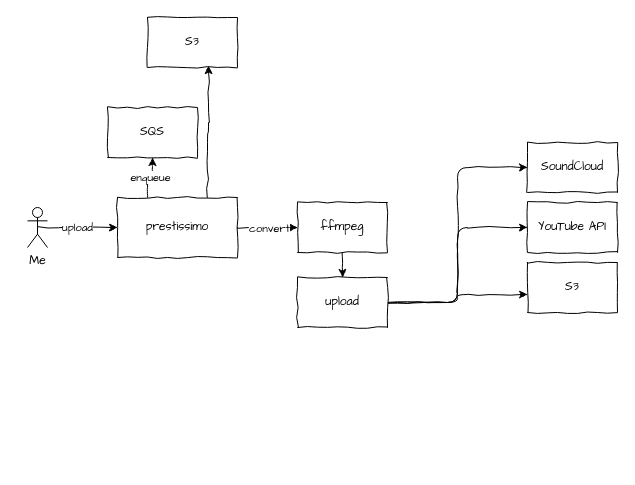
alexjpaz/prestissimo keeps this draw.io diagram as prestissimo.drawio. Above is the earlier version. Source tidied: cells renumbered, new cells numbered last; positions are measured from the earlier drawing's top-left corner, leaving out a move shared by most shapes. Both pictures are drawn from the tidied source at 100%, with x=0, y=0 at pixel (27, 17).
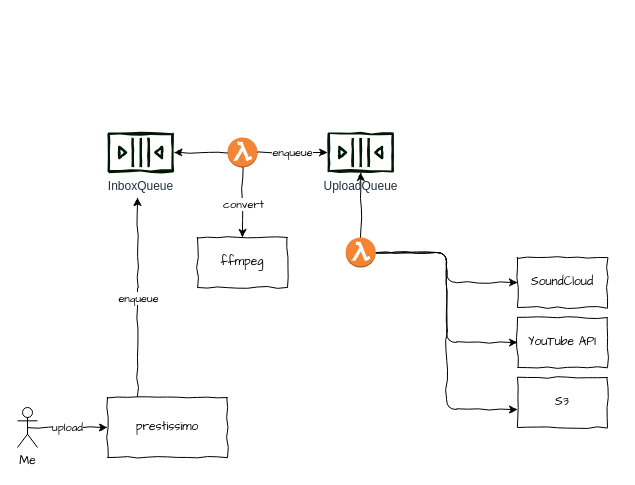
Above is the later version.

What changed in the source:
```diff
@@
     <mxCell id="3" value="Me" style="shape=umlActor;verticalLabelPosition=bottom;labelBackgroundColor=#ffffff;verticalAlign=top;html=1;outlineConnect=0;fontFamily=Comic Sans MS;" parent="1" vertex="1">
-      <mxGeometry y="190" width="20" height="40" as="geometry" />
+      <mxGeometry x="-10" y="390" width="20" height="40" as="geometry" />
     </mxCell>
-    <mxCell id="4" style="edgeStyle=orthogonalEdgeStyle;rounded=1;comic=1;jettySize=auto;html=1;exitX=0.75;exitY=0;exitDx=0;exitDy=0;entryX=0.678;entryY=0.96;entryDx=0;entryDy=0;entryPerimeter=0;fontFamily=Comic Sans MS;" parent="1" edge="1" source="8" target="12">
-      <mxGeometry relative="1" as="geometry" />
-    </mxCell>
-    <mxCell id="5" value="enqueue" style="edgeStyle=orthogonalEdgeStyle;rounded=1;comic=1;jettySize=auto;html=1;exitX=0.25;exitY=0;exitDx=0;exitDy=0;fontFamily=Comic Sans MS;" parent="1" edge="1" source="8" target="13">
-      <mxGeometry relative="1" as="geometry" />
+    <mxCell id="5" value="enqueue" style="edgeStyle=orthogonalEdgeStyle;rounded=1;comic=1;jettySize=auto;html=1;exitX=0.25;exitY=0;exitDx=0;exitDy=0;fontFamily=Comic Sans MS;" parent="1" edge="1" source="8">
+      <mxGeometry relative="1" as="geometry">
+        <mxPoint x="110" y="180" as="targetPoint" />
+      </mxGeometry>
     </mxCell>
-    <mxCell id="6" style="edgeStyle=orthogonalEdgeStyle;rounded=1;comic=1;jettySize=auto;html=1;exitX=1;exitY=0.5;exitDx=0;exitDy=0;entryX=0;entryY=0.5;entryDx=0;entryDy=0;fontFamily=Comic Sans MS;" parent="1" edge="1" source="8" target="15">
+    <mxCell id="6" style="edgeStyle=orthogonalEdgeStyle;rounded=1;comic=1;jettySize=auto;html=1;exitX=0.5;exitY=1;exitDx=0;exitDy=0;entryX=0.5;entryY=0;entryDx=0;entryDy=0;fontFamily=Comic Sans MS;exitPerimeter=0;" parent="1" edge="1" source="22" target="15">
       <mxGeometry relative="1" as="geometry" />
     </mxCell>
@@
     <mxCell id="8" value="prestissimo" style="rounded=0;whiteSpace=wrap;html=1;comic=1;fontFamily=Comic Sans MS;" parent="1" vertex="1">
-      <mxGeometry x="90" y="180" width="120" height="60" as="geometry" />
+      <mxGeometry x="80" y="380" width="120" height="60" as="geometry" />
     </mxCell>
     <mxCell id="9" value="YouTube API" style="rounded=0;whiteSpace=wrap;html=1;comic=1;fontFamily=Comic Sans MS;" parent="1" vertex="1">
-      <mxGeometry x="500" y="185" width="90" height="50" as="geometry" />
+      <mxGeometry x="490" y="300" width="90" height="50" as="geometry" />
     </mxCell>
     <mxCell id="10" value="SoundCloud" style="rounded=0;whiteSpace=wrap;html=1;comic=1;fontFamily=Comic Sans MS;" parent="1" vertex="1">
-      <mxGeometry x="500" y="125" width="90" height="50" as="geometry" />
+      <mxGeometry x="490" y="240" width="90" height="50" as="geometry" />
     </mxCell>
     <mxCell id="11" value="S3" style="rounded=0;whiteSpace=wrap;html=1;comic=1;fontFamily=Comic Sans MS;" parent="1" vertex="1">
-      <mxGeometry x="500" y="245" width="90" height="50" as="geometry" />
+      <mxGeometry x="490" y="360" width="90" height="50" as="geometry" />
     </mxCell>
-    <mxCell id="12" value="S3" style="rounded=0;whiteSpace=wrap;html=1;comic=1;fontFamily=Comic Sans MS;" parent="1" vertex="1">
-      <mxGeometry x="120" width="90" height="50" as="geometry" />
-    </mxCell>
-    <mxCell id="13" value="SQS" style="rounded=0;whiteSpace=wrap;html=1;comic=1;fontFamily=Comic Sans MS;" parent="1" vertex="1">
-      <mxGeometry x="80" y="90" width="90" height="50" as="geometry" />
-    </mxCell>
-    <mxCell id="14" style="edgeStyle=orthogonalEdgeStyle;rounded=1;comic=1;jettySize=auto;html=1;exitX=0.5;exitY=1;exitDx=0;exitDy=0;entryX=0.5;entryY=0;entryDx=0;entryDy=0;fontFamily=Comic Sans MS;" parent="1" edge="1" source="15" target="19">
-      <mxGeometry relative="1" as="geometry" />
-    </mxCell>
     <mxCell id="15" value="ffmpeg" style="rounded=0;whiteSpace=wrap;html=1;comic=1;fontFamily=Comic Sans MS;" parent="1" vertex="1">
-      <mxGeometry x="270" y="185" width="90" height="50" as="geometry" />
+      <mxGeometry x="170" y="220" width="90" height="50" as="geometry" />
     </mxCell>
-    <mxCell id="16" style="edgeStyle=orthogonalEdgeStyle;rounded=1;comic=1;jettySize=auto;html=1;exitX=1;exitY=0.5;exitDx=0;exitDy=0;entryX=0;entryY=0.5;entryDx=0;entryDy=0;fontFamily=Comic Sans MS;" parent="1" edge="1" source="19" target="10">
+    <mxCell id="16" style="edgeStyle=orthogonalEdgeStyle;rounded=1;comic=1;jettySize=auto;html=1;exitX=1;exitY=0.5;exitDx=0;exitDy=0;entryX=0;entryY=0.5;entryDx=0;entryDy=0;fontFamily=Comic Sans MS;exitPerimeter=0;" parent="1" edge="1" source="24" target="10">
       <mxGeometry relative="1" as="geometry" />
     </mxCell>
-    <mxCell id="17" style="edgeStyle=orthogonalEdgeStyle;rounded=1;comic=1;jettySize=auto;html=1;exitX=1;exitY=0.5;exitDx=0;exitDy=0;entryX=0;entryY=0.5;entryDx=0;entryDy=0;fontFamily=Comic Sans MS;" parent="1" edge="1" source="19" target="9">
+    <mxCell id="17" style="edgeStyle=orthogonalEdgeStyle;rounded=1;comic=1;jettySize=auto;html=1;exitX=1;exitY=0.5;exitDx=0;exitDy=0;entryX=0;entryY=0.5;entryDx=0;entryDy=0;fontFamily=Comic Sans MS;exitPerimeter=0;" parent="1" edge="1" source="24" target="9">
       <mxGeometry relative="1" as="geometry" />
     </mxCell>
-    <mxCell id="18" style="edgeStyle=orthogonalEdgeStyle;rounded=1;comic=1;jettySize=auto;html=1;exitX=1;exitY=0.5;exitDx=0;exitDy=0;entryX=0;entryY=0.64;entryDx=0;entryDy=0;entryPerimeter=0;fontFamily=Comic Sans MS;" parent="1" edge="1" source="19" target="11">
+    <mxCell id="18" style="edgeStyle=orthogonalEdgeStyle;rounded=1;comic=1;jettySize=auto;html=1;exitX=1;exitY=0.5;exitDx=0;exitDy=0;entryX=0;entryY=0.64;entryDx=0;entryDy=0;entryPerimeter=0;fontFamily=Comic Sans MS;exitPerimeter=0;" parent="1" edge="1" source="24" target="11">
       <mxGeometry relative="1" as="geometry" />
     </mxCell>
-    <mxCell id="19" value="upload" style="rounded=0;whiteSpace=wrap;html=1;comic=1;fontFamily=Comic Sans MS;" parent="1" vertex="1">
-      <mxGeometry x="270" y="260" width="90" height="50" as="geometry" />
-    </mxCell>
+    <mxCell id="20" style="edgeStyle=orthogonalEdgeStyle;rounded=1;comic=1;jettySize=auto;html=1;exitX=0;exitY=0.5;exitDx=0;exitDy=0;exitPerimeter=0;fontFamily=Comic Sans MS;" parent="1" edge="1" source="22" target="25">
+      <mxGeometry relative="1" as="geometry" />
+    </mxCell>
+    <mxCell id="21" value="enqueue" style="edgeStyle=orthogonalEdgeStyle;rounded=1;comic=1;jettySize=auto;html=1;exitX=1;exitY=0.5;exitDx=0;exitDy=0;exitPerimeter=0;fontFamily=Comic Sans MS;" parent="1" edge="1" source="22" target="26">
+      <mxGeometry relative="1" as="geometry" />
+    </mxCell>
+    <mxCell id="22" style="outlineConnect=0;dashed=0;verticalLabelPosition=bottom;verticalAlign=top;align=center;html=1;shape=mxgraph.aws3.lambda_function;fillColor=#F58534;gradientColor=none;comic=1;fontFamily=Comic Sans MS;" parent="1" vertex="1">
+      <mxGeometry x="200" y="120" width="30" height="30" as="geometry" />
+    </mxCell>
+    <mxCell id="23" style="edgeStyle=orthogonalEdgeStyle;rounded=1;comic=1;jettySize=auto;html=1;exitX=0.5;exitY=0;exitDx=0;exitDy=0;exitPerimeter=0;fontFamily=Comic Sans MS;" parent="1" edge="1" source="24" target="26">
+      <mxGeometry relative="1" as="geometry" />
+    </mxCell>
+    <mxCell id="24" style="outlineConnect=0;dashed=0;verticalLabelPosition=bottom;verticalAlign=top;align=center;html=1;shape=mxgraph.aws3.lambda_function;fillColor=#F58534;gradientColor=none;comic=1;fontFamily=Comic Sans MS;" parent="1" vertex="1">
+      <mxGeometry x="318.2" y="220" width="30" height="30" as="geometry" />
+    </mxCell>
+    <mxCell id="25" value="InboxQueue" style="outlineConnect=0;fontColor=#232F3E;gradientColor=none;fillColor=#001705;strokeColor=none;dashed=0;verticalLabelPosition=bottom;verticalAlign=top;align=center;html=1;fontSize=12;fontStyle=0;shape=mxgraph.aws4.queue;comic=1;" parent="1" vertex="1">
+      <mxGeometry x="80" y="115" width="66.4" height="40" as="geometry" />
+    </mxCell>
+    <mxCell id="26" value="UploadQueue" style="outlineConnect=0;fontColor=#232F3E;gradientColor=none;fillColor=#001705;strokeColor=none;dashed=0;verticalLabelPosition=bottom;verticalAlign=top;align=center;html=1;fontSize=12;fontStyle=0;shape=mxgraph.aws4.queue;comic=1;" parent="1" vertex="1">
+      <mxGeometry x="300" y="115" width="66.4" height="40" as="geometry" />
+    </mxCell>
```
